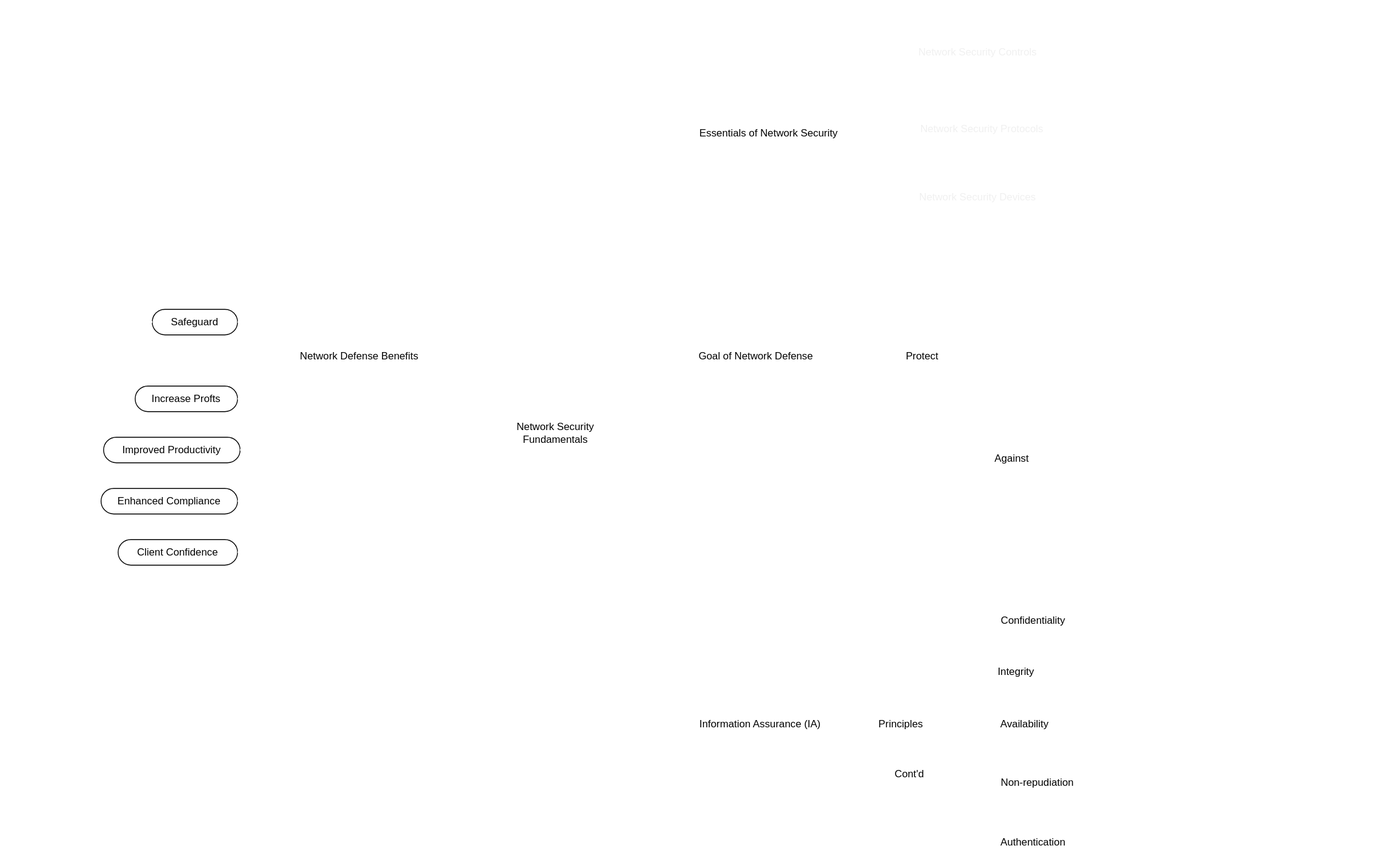
Above: 1. Network Security Fundamentals/Network Security Fundamentals.drawio.svg in kaio6fellipe/NDE (draw.io), before the change. Source tidied: cells renumbered, new cells last; positions are measured from the earlier drawing's top-left corner, leaving out a move shared by most shapes.
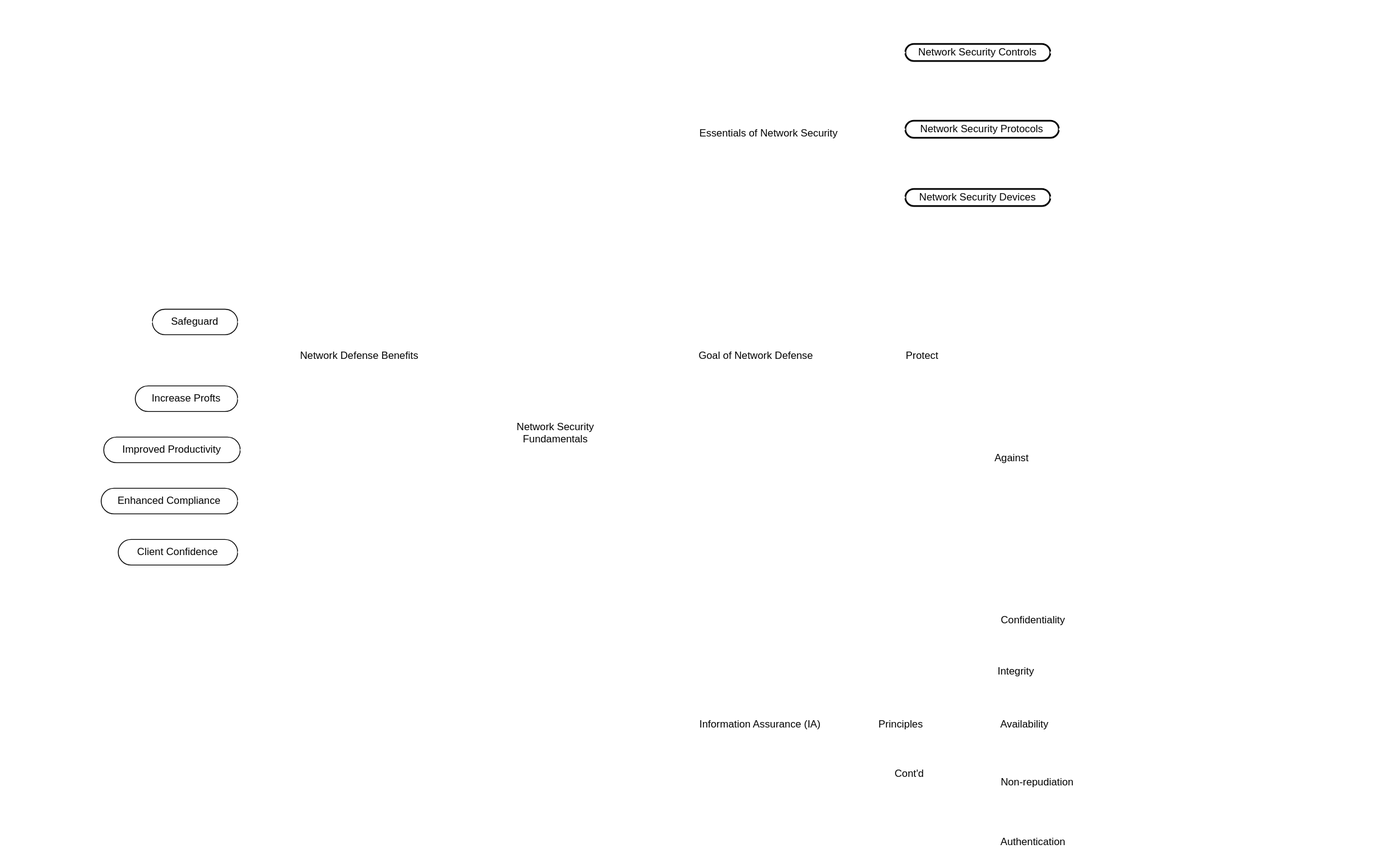
After the commit.

Commit message:
Ajustes em campos brancos do mapa mental 1

Change to the diagram source:
```diff
@@ -11,19 +11,19 @@
     <mxCell id="4" style="edgeStyle=entityRelationEdgeStyle;startArrow=none;endArrow=none;segment=10;curved=1;fontFamily=Helvetica;strokeWidth=2;strokeColor=#FFFFFF;" parent="1" edge="1" source="2" target="3">
       <mxGeometry relative="1" as="geometry" />
     </mxCell>
-    <mxCell id="5" value="Network Security Controls" style="whiteSpace=wrap;html=1;rounded=1;arcSize=50;align=center;verticalAlign=middle;strokeWidth=2;spacing=4;newEdgeStyle={&quot;edgeStyle&quot;:&quot;entityRelationEdgeStyle&quot;,&quot;startArrow&quot;:&quot;none&quot;,&quot;endArrow&quot;:&quot;none&quot;,&quot;segment&quot;:10,&quot;curved&quot;:1};fontFamily=Helvetica;fontSize=12;fontColor=#f0f0f0;strokeColor=#FFFFFF;" parent="1" vertex="1">
+    <mxCell id="5" value="Network Security Controls" style="whiteSpace=wrap;html=1;rounded=1;arcSize=50;align=center;verticalAlign=middle;strokeWidth=2;spacing=4;newEdgeStyle={&quot;edgeStyle&quot;:&quot;entityRelationEdgeStyle&quot;,&quot;startArrow&quot;:&quot;none&quot;,&quot;endArrow&quot;:&quot;none&quot;,&quot;segment&quot;:10,&quot;curved&quot;:1};fontFamily=Helvetica;fontSize=12;" parent="1" vertex="1">
       <mxGeometry x="1060" y="50" width="170" height="20" as="geometry" />
     </mxCell>
     <mxCell id="6" style="edgeStyle=entityRelationEdgeStyle;startArrow=none;endArrow=none;segment=10;curved=1;fontFamily=Helvetica;strokeWidth=2;strokeColor=#FFFFFF;" parent="1" edge="1" source="3" target="5">
       <mxGeometry relative="1" as="geometry" />
     </mxCell>
-    <mxCell id="7" value="Network Security Protocols" style="whiteSpace=wrap;html=1;rounded=1;arcSize=50;align=center;verticalAlign=middle;strokeWidth=2;spacing=4;newEdgeStyle={&quot;edgeStyle&quot;:&quot;entityRelationEdgeStyle&quot;,&quot;startArrow&quot;:&quot;none&quot;,&quot;endArrow&quot;:&quot;none&quot;,&quot;segment&quot;:10,&quot;curved&quot;:1};fontFamily=Helvetica;fontSize=12;fontColor=#f0f0f0;strokeColor=#FFFFFF;" parent="1" vertex="1">
+    <mxCell id="7" value="Network Security Protocols" style="whiteSpace=wrap;html=1;rounded=1;arcSize=50;align=center;verticalAlign=middle;strokeWidth=2;spacing=4;newEdgeStyle={&quot;edgeStyle&quot;:&quot;entityRelationEdgeStyle&quot;,&quot;startArrow&quot;:&quot;none&quot;,&quot;endArrow&quot;:&quot;none&quot;,&quot;segment&quot;:10,&quot;curved&quot;:1};fontFamily=Helvetica;fontSize=12;" parent="1" vertex="1">
       <mxGeometry x="1060" y="140" width="180" height="20" as="geometry" />
     </mxCell>
     <mxCell id="8" style="edgeStyle=entityRelationEdgeStyle;startArrow=none;endArrow=none;segment=10;curved=1;fontFamily=Helvetica;strokeWidth=2;strokeColor=#FFFFFF;" parent="1" edge="1" source="3" target="7">
       <mxGeometry relative="1" as="geometry" />
     </mxCell>
-    <mxCell id="9" value="Network Security Devices" style="whiteSpace=wrap;html=1;rounded=1;arcSize=50;align=center;verticalAlign=middle;strokeWidth=2;spacing=4;newEdgeStyle={&quot;edgeStyle&quot;:&quot;entityRelationEdgeStyle&quot;,&quot;startArrow&quot;:&quot;none&quot;,&quot;endArrow&quot;:&quot;none&quot;,&quot;segment&quot;:10,&quot;curved&quot;:1};fontFamily=Helvetica;fontSize=12;fontColor=#f0f0f0;strokeColor=#FFFFFF;" parent="1" vertex="1">
+    <mxCell id="9" value="Network Security Devices" style="whiteSpace=wrap;html=1;rounded=1;arcSize=50;align=center;verticalAlign=middle;strokeWidth=2;spacing=4;newEdgeStyle={&quot;edgeStyle&quot;:&quot;entityRelationEdgeStyle&quot;,&quot;startArrow&quot;:&quot;none&quot;,&quot;endArrow&quot;:&quot;none&quot;,&quot;segment&quot;:10,&quot;curved&quot;:1};fontFamily=Helvetica;fontSize=12;" parent="1" vertex="1">
       <mxGeometry x="1060" y="220" width="170" height="20" as="geometry" />
     </mxCell>
     <mxCell id="10" style="edgeStyle=entityRelationEdgeStyle;startArrow=none;endArrow=none;segment=10;curved=1;fontFamily=Helvetica;strokeWidth=2;strokeColor=#FFFFFF;" parent="1" edge="1" source="3" target="9">
```
